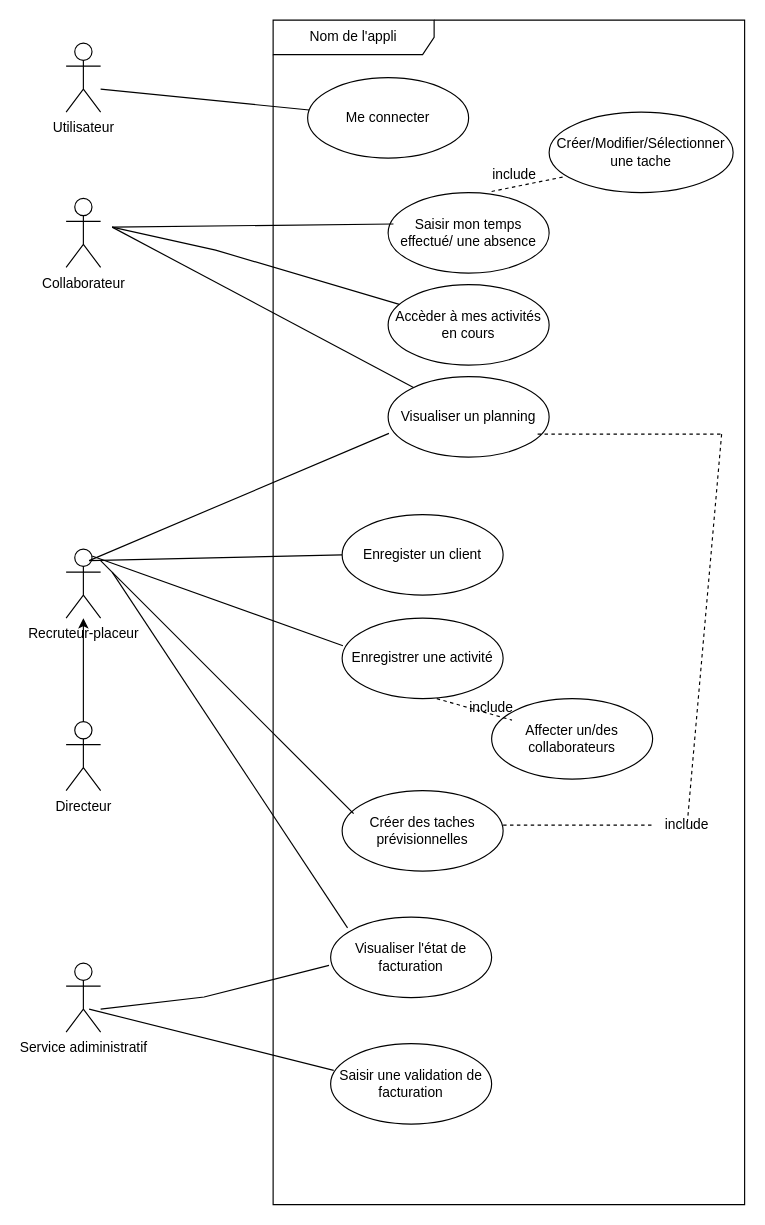
This is UX-UI/UserCase.drawio from rahinsoo/G2-P25-111801-fil_rouge-D10, a draw.io file, before an edit. Source tidied: cells renumbered, new cells numbered last; positions are measured from the earlier drawing's top-left corner, leaving out a move shared by most shapes. Both pictures are drawn from the tidied source at 115%, with x=0, y=0 at pixel (66, 20).
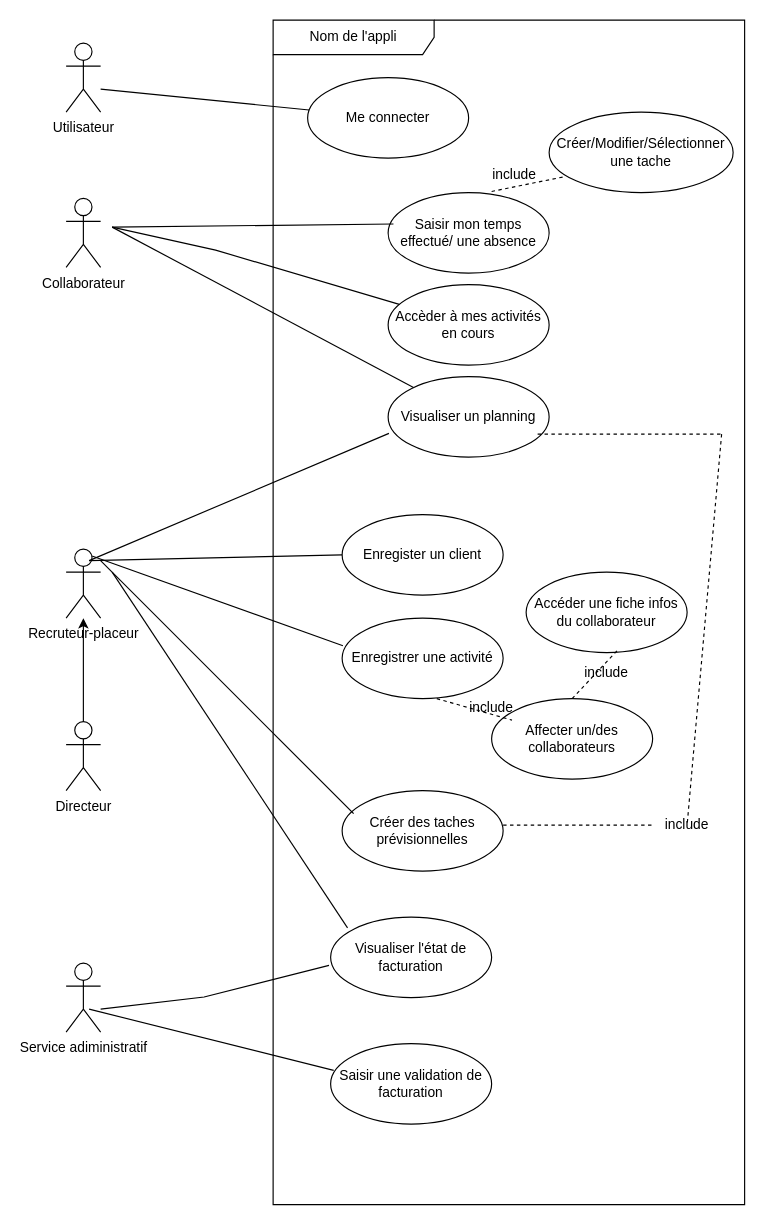
The same page after the edit.

Commit message:
Mettre à jour UserCase.drawio

What changed in the source:
```diff
@@
+    <mxCell id="39" value="Accéder une fiche infos du collaborateur" style="ellipse;whiteSpace=wrap;html=1;" parent="1" vertex="1">
+      <mxGeometry x="400" y="480" width="140" height="70" as="geometry" />
+    </mxCell>
+    <mxCell id="40" style="endArrow=none;html=1;rounded=0;entryX=0.567;entryY=0.971;entryDx=0;entryDy=0;entryPerimeter=0;dashed=1;" parent="1" edge="1" target="39">
+      <mxGeometry relative="1" as="geometry">
+        <mxPoint x="440" y="590" as="sourcePoint" />
+      </mxGeometry>
+    </mxCell>
+    <mxCell id="41" value="include&lt;div&gt;&lt;br&gt;&lt;/div&gt;" style="text;html=1;whiteSpace=wrap;strokeColor=none;fillColor=none;align=center;verticalAlign=middle;rounded=0;" parent="1" vertex="1">
+      <mxGeometry x="440" y="560" width="60" height="30" as="geometry" />
+    </mxCell>
```
